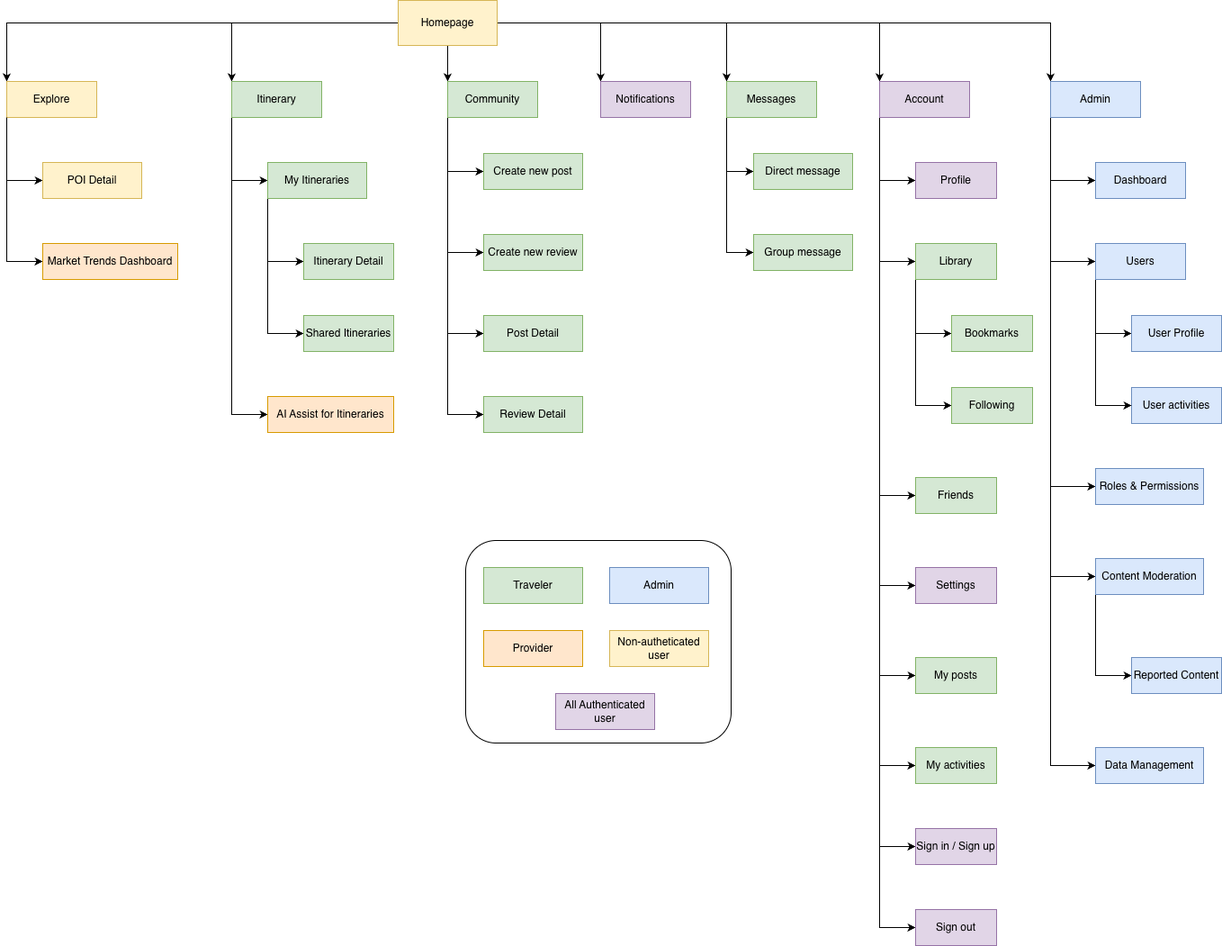
Above: Images/7. System Design/Sitemap.png in TravelEZ-2025-2026/DACN-Report-LaTex (draw.io), before the change. Source tidied: cells renumbered, new cells last; positions are measured from the earlier drawing's top-left corner, leaving out a move shared by most shapes.
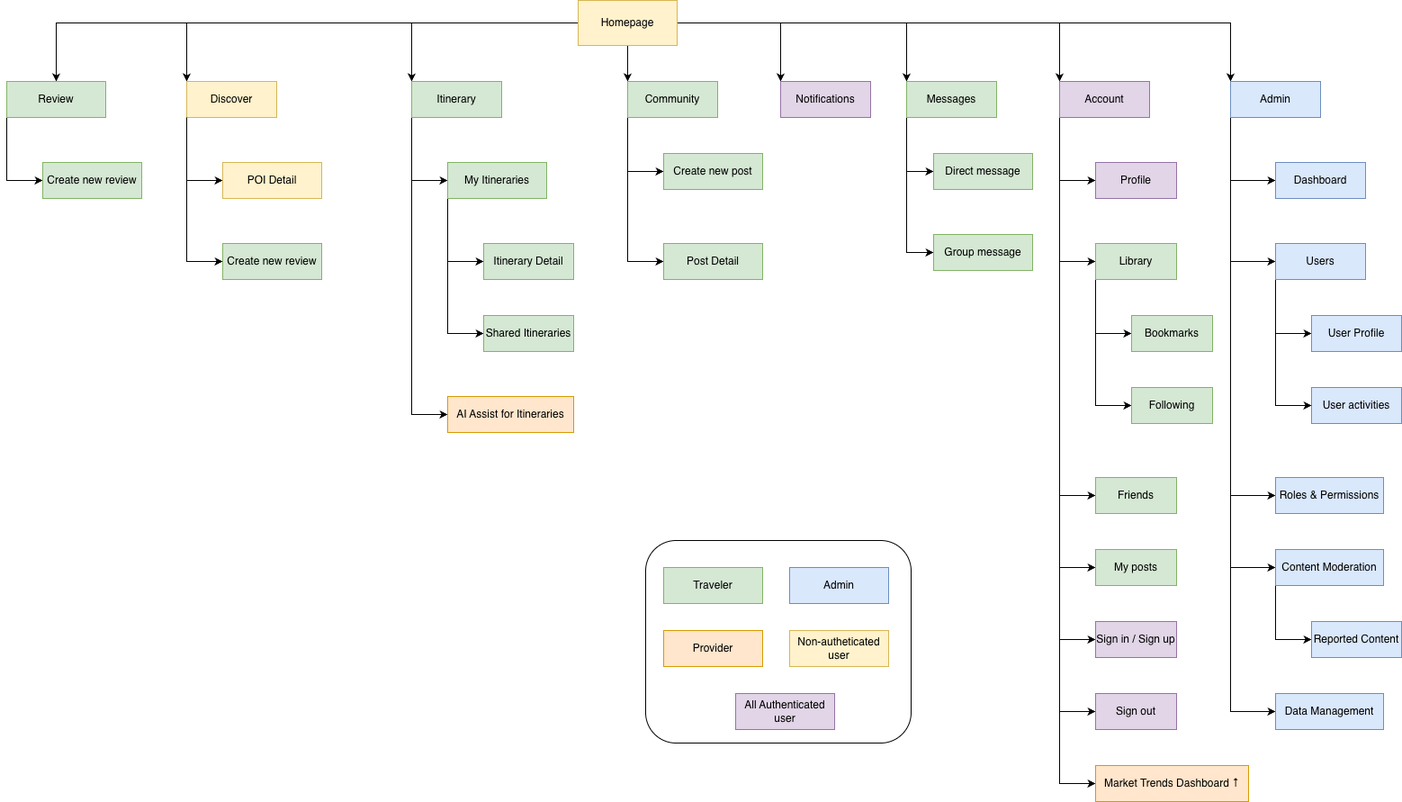
The same diagram one commit later.

The edit, as a diff of the source:
```diff
@@ -27,13 +27,20 @@
     <mxCell id="8" style="edgeStyle=orthogonalEdgeStyle;rounded=0;jettySize=auto;html=1;entryX=0;entryY=0;entryDx=0;entryDy=0;" parent="1" edge="1" source="9" target="58">
       <mxGeometry relative="1" as="geometry" />
     </mxCell>
+    <mxCell id="83" style="edgeStyle=orthogonalEdgeStyle;rounded=0;jettySize=auto;html=1;entryX=0.5;entryY=0;entryDx=0;entryDy=0;" parent="1" edge="1" source="9" target="89">
+      <mxGeometry relative="1" as="geometry" />
+    </mxCell>
     <mxCell id="9" value="Homepage" style="html=1;whiteSpace=wrap;fillColor=#fff2cc;strokeColor=#d6b656;" parent="1" vertex="1">
       <mxGeometry x="435" width="110" height="50" as="geometry" />
     </mxCell>
-    <mxCell id="10" style="edgeStyle=orthogonalEdgeStyle;rounded=0;jettySize=auto;html=1;entryX=0;entryY=0.5;entryDx=0;entryDy=0;exitX=0;exitY=1;exitDx=0;exitDy=0;" parent="1" edge="1" source="11" target="13">
-      <mxGeometry relative="1" as="geometry" />
-    </mxCell>
+    <mxCell id="84" style="edgeStyle=orthogonalEdgeStyle;rounded=0;jettySize=auto;html=1;entryX=0;entryY=0.5;entryDx=0;entryDy=0;" parent="1" edge="1" source="11" target="87">
+      <mxGeometry relative="1" as="geometry">
+        <Array as="points">
+          <mxPoint y="290" />
+        </Array>
+      </mxGeometry>
+    </mxCell>
-    <mxCell id="11" value="Explore" style="html=1;whiteSpace=wrap;fillColor=#fff2cc;strokeColor=#d6b656;" parent="1" vertex="1">
+    <mxCell id="11" value="Discover" style="html=1;whiteSpace=wrap;fillColor=#fff2cc;strokeColor=#d6b656;" parent="1" vertex="1">
       <mxGeometry y="90" width="100" height="40" as="geometry" />
     </mxCell>
     <mxCell id="12" style="edgeStyle=orthogonalEdgeStyle;rounded=0;jettySize=auto;html=1;entryX=0;entryY=0.5;entryDx=0;entryDy=0;exitX=0;exitY=1;exitDx=0;exitDy=0;" parent="1" edge="1" source="11" target="29">
@@ -43,9 +50,6 @@
         </Array>
       </mxGeometry>
     </mxCell>
-    <mxCell id="13" value="Market Trends Dashboard" style="html=1;whiteSpace=wrap;fillColor=#ffe6cc;strokeColor=#d79b00;" parent="1" vertex="1">
-      <mxGeometry x="40" y="270" width="150" height="40" as="geometry" />
-    </mxCell>
     <mxCell id="14" style="edgeStyle=orthogonalEdgeStyle;rounded=0;jettySize=auto;html=1;entryX=0;entryY=0.5;entryDx=0;entryDy=0;fillColor=#d5e8d4;strokeColor=#000000;" parent="1" edge="1" target="19">
       <mxGeometry relative="1" as="geometry">
         <mxPoint x="250" y="130" as="sourcePoint" />
@@ -78,36 +82,19 @@
     <mxCell id="22" style="edgeStyle=orthogonalEdgeStyle;rounded=0;jettySize=auto;html=1;entryX=0;entryY=0.5;entryDx=0;entryDy=0;" parent="1" edge="1" source="26" target="27">
       <mxGeometry relative="1" as="geometry">
         <Array as="points">
-          <mxPoint x="490" y="370" />
+          <mxPoint x="490" y="290" />
         </Array>
       </mxGeometry>
     </mxCell>
     <mxCell id="23" style="edgeStyle=orthogonalEdgeStyle;rounded=0;jettySize=auto;html=1;entryX=0;entryY=0.5;entryDx=0;entryDy=0;exitX=0;exitY=1;exitDx=0;exitDy=0;" parent="1" edge="1" source="26" target="65">
       <mxGeometry relative="1" as="geometry" />
     </mxCell>
-    <mxCell id="24" style="edgeStyle=orthogonalEdgeStyle;rounded=0;jettySize=auto;html=1;entryX=0;entryY=0.5;entryDx=0;entryDy=0;" parent="1" edge="1" source="26" target="66">
-      <mxGeometry relative="1" as="geometry">
-        <Array as="points">
-          <mxPoint x="490" y="280" />
-        </Array>
-      </mxGeometry>
-    </mxCell>
-    <mxCell id="25" style="edgeStyle=orthogonalEdgeStyle;rounded=0;jettySize=auto;html=1;entryX=0;entryY=0.5;entryDx=0;entryDy=0;" parent="1" edge="1" source="26" target="28">
-      <mxGeometry relative="1" as="geometry">
-        <Array as="points">
-          <mxPoint x="490" y="460" />
-        </Array>
-      </mxGeometry>
-    </mxCell>
     <mxCell id="26" value="Community" style="html=1;whiteSpace=wrap;fillColor=#d5e8d4;strokeColor=#82b366;" parent="1" vertex="1">
       <mxGeometry x="490" y="90" width="100" height="40" as="geometry" />
     </mxCell>
     <mxCell id="27" value="Post Detail" style="html=1;whiteSpace=wrap;fillColor=#d5e8d4;strokeColor=#82b366;" parent="1" vertex="1">
-      <mxGeometry x="530" y="350" width="110" height="40" as="geometry" />
+      <mxGeometry x="530" y="270" width="110" height="40" as="geometry" />
     </mxCell>
-    <mxCell id="28" value="Review Detail" style="html=1;whiteSpace=wrap;fillColor=#d5e8d4;strokeColor=#82b366;" parent="1" vertex="1">
-      <mxGeometry x="530" y="440" width="110" height="40" as="geometry" />
-    </mxCell>
     <mxCell id="29" value="POI Detail" style="html=1;whiteSpace=wrap;fillColor=#fff2cc;strokeColor=#d6b656;" parent="1" vertex="1">
       <mxGeometry x="40" y="180" width="110" height="40" as="geometry" />
     </mxCell>
@@ -125,17 +112,10 @@
         </Array>
       </mxGeometry>
     </mxCell>
-    <mxCell id="32" style="edgeStyle=orthogonalEdgeStyle;rounded=0;jettySize=auto;html=1;entryX=0;entryY=0.5;entryDx=0;entryDy=0;" parent="1" edge="1" source="38" target="45">
-      <mxGeometry relative="1" as="geometry">
-        <Array as="points">
-          <mxPoint x="970" y="650" />
-        </Array>
-      </mxGeometry>
-    </mxCell>
     <mxCell id="33" style="edgeStyle=orthogonalEdgeStyle;rounded=0;jettySize=auto;html=1;entryX=0;entryY=0.5;entryDx=0;entryDy=0;" parent="1" edge="1" source="38" target="67">
       <mxGeometry relative="1" as="geometry">
         <Array as="points">
-          <mxPoint x="970" y="750" />
+          <mxPoint x="970" y="630" />
         </Array>
       </mxGeometry>
     </mxCell>
@@ -146,27 +126,27 @@
         </Array>
       </mxGeometry>
     </mxCell>
-    <mxCell id="35" style="edgeStyle=orthogonalEdgeStyle;rounded=0;jettySize=auto;html=1;entryX=0;entryY=0.5;entryDx=0;entryDy=0;" parent="1" edge="1" source="38" target="69">
-      <mxGeometry relative="1" as="geometry">
-        <Array as="points">
-          <mxPoint x="970" y="850" />
-        </Array>
-      </mxGeometry>
-    </mxCell>
     <mxCell id="36" style="edgeStyle=orthogonalEdgeStyle;rounded=0;jettySize=auto;html=1;entryX=0;entryY=0.5;entryDx=0;entryDy=0;" parent="1" edge="1" source="38" target="80">
       <mxGeometry relative="1" as="geometry">
         <Array as="points">
-          <mxPoint x="970" y="940" />
+          <mxPoint x="970" y="710" />
         </Array>
       </mxGeometry>
     </mxCell>
     <mxCell id="37" style="edgeStyle=orthogonalEdgeStyle;rounded=0;jettySize=auto;html=1;entryX=0;entryY=0.5;entryDx=0;entryDy=0;" parent="1" edge="1" source="38" target="81">
       <mxGeometry relative="1" as="geometry">
         <Array as="points">
-          <mxPoint x="970" y="1030" />
+          <mxPoint x="970" y="790" />
         </Array>
       </mxGeometry>
     </mxCell>
+    <mxCell id="85" style="edgeStyle=orthogonalEdgeStyle;rounded=0;jettySize=auto;html=1;entryX=0;entryY=0.5;entryDx=0;entryDy=0;" parent="1" edge="1" source="38" target="86">
+      <mxGeometry relative="1" as="geometry">
+        <Array as="points">
+          <mxPoint x="970" y="870" />
+        </Array>
+      </mxGeometry>
+    </mxCell>
     <mxCell id="38" value="Account" style="html=1;whiteSpace=wrap;fillColor=#e1d5e7;strokeColor=#9673a6;" parent="1" vertex="1">
       <mxGeometry x="970" y="90" width="100" height="40" as="geometry" />
     </mxCell>
@@ -196,9 +176,6 @@
     <mxCell id="44" value="Following" style="html=1;whiteSpace=wrap;fillColor=#d5e8d4;strokeColor=#82b366;" parent="1" vertex="1">
       <mxGeometry x="1050" y="430" width="90" height="40" as="geometry" />
     </mxCell>
-    <mxCell id="45" value="Settings" style="html=1;whiteSpace=wrap;fillColor=#e1d5e7;strokeColor=#9673a6;" parent="1" vertex="1">
-      <mxGeometry x="1010" y="630" width="90" height="40" as="geometry" />
-    </mxCell>
     <mxCell id="46" style="edgeStyle=orthogonalEdgeStyle;rounded=0;jettySize=auto;html=1;entryX=0;entryY=0.5;entryDx=0;entryDy=0;exitX=0;exitY=1;exitDx=0;exitDy=0;" parent="1" edge="1" source="48" target="49">
       <mxGeometry relative="1" as="geometry">
         <Array as="points">
@@ -237,7 +214,7 @@
     <mxCell id="55" style="edgeStyle=orthogonalEdgeStyle;rounded=0;jettySize=auto;html=1;entryX=0;entryY=0.5;entryDx=0;entryDy=0;exitX=0;exitY=1;exitDx=0;exitDy=0;" parent="1" edge="1" source="58" target="70">
       <mxGeometry relative="1" as="geometry">
         <Array as="points">
-          <mxPoint x="1160" y="540" />
+          <mxPoint x="1160" y="550" />
         </Array>
       </mxGeometry>
     </mxCell>
@@ -245,14 +222,14 @@
       <mxGeometry relative="1" as="geometry">
         <mxPoint x="1160" y="50" as="sourcePoint" />
         <Array as="points">
-          <mxPoint x="1160" y="640" />
+          <mxPoint x="1160" y="630" />
         </Array>
       </mxGeometry>
     </mxCell>
     <mxCell id="57" style="edgeStyle=orthogonalEdgeStyle;rounded=0;jettySize=auto;html=1;entryX=0;entryY=0.5;entryDx=0;entryDy=0;" parent="1" edge="1" source="58" target="74">
       <mxGeometry relative="1" as="geometry">
         <Array as="points">
-          <mxPoint x="1160" y="850" />
+          <mxPoint x="1160" y="790" />
         </Array>
       </mxGeometry>
     </mxCell>
@@ -284,36 +261,31 @@
     <mxCell id="65" value="Create new post" style="html=1;whiteSpace=wrap;fillColor=#d5e8d4;strokeColor=#82b366;" parent="1" vertex="1">
       <mxGeometry x="530" y="170" width="110" height="40" as="geometry" />
     </mxCell>
-    <mxCell id="66" value="Create new review" style="html=1;whiteSpace=wrap;fillColor=#d5e8d4;strokeColor=#82b366;" parent="1" vertex="1">
-      <mxGeometry x="530" y="260" width="110" height="40" as="geometry" />
-    </mxCell>
     <mxCell id="67" value="My posts" style="html=1;whiteSpace=wrap;fillColor=#d5e8d4;strokeColor=#82b366;" parent="1" vertex="1">
-      <mxGeometry x="1010" y="730" width="90" height="40" as="geometry" />
+      <mxGeometry x="1010" y="610" width="90" height="40" as="geometry" />
     </mxCell>
     <mxCell id="68" value="Friends" style="html=1;whiteSpace=wrap;fillColor=#d5e8d4;strokeColor=#82b366;" parent="1" vertex="1">
       <mxGeometry x="1010" y="530" width="90" height="40" as="geometry" />
     </mxCell>
-    <mxCell id="69" value="My activities" style="html=1;whiteSpace=wrap;fillColor=#d5e8d4;strokeColor=#82b366;" parent="1" vertex="1">
-      <mxGeometry x="1010" y="830" width="90" height="40" as="geometry" />
-    </mxCell>
     <mxCell id="70" value="Roles &amp;amp; Permissions" style="html=1;whiteSpace=wrap;fillColor=#dae8fc;strokeColor=#6c8ebf;" parent="1" vertex="1">
-      <mxGeometry x="1210" y="520" width="120" height="40" as="geometry" />
+      <mxGeometry x="1210" y="530" width="120" height="40" as="geometry" />
     </mxCell>
     <mxCell id="71" style="edgeStyle=orthogonalEdgeStyle;rounded=0;jettySize=auto;html=1;entryX=0;entryY=0.5;entryDx=0;entryDy=0;" parent="1" edge="1" source="72" target="73">
       <mxGeometry relative="1" as="geometry">
         <Array as="points">
-          <mxPoint x="1210" y="750" />
+          <mxPoint x="1210" y="710" />
+          <mxPoint x="1250" y="710" />
         </Array>
       </mxGeometry>
     </mxCell>
     <mxCell id="72" value="Content Moderation" style="html=1;whiteSpace=wrap;fillColor=#dae8fc;strokeColor=#6c8ebf;" parent="1" vertex="1">
-      <mxGeometry x="1210" y="620" width="120" height="40" as="geometry" />
+      <mxGeometry x="1210" y="610" width="120" height="40" as="geometry" />
     </mxCell>
     <mxCell id="73" value="Reported Content" style="html=1;whiteSpace=wrap;fillColor=#dae8fc;strokeColor=#6c8ebf;" parent="1" vertex="1">
-      <mxGeometry x="1250" y="730" width="100" height="40" as="geometry" />
+      <mxGeometry x="1250" y="690" width="100" height="40" as="geometry" />
     </mxCell>
     <mxCell id="74" value="Data Management" style="html=1;whiteSpace=wrap;fillColor=#dae8fc;strokeColor=#6c8ebf;" parent="1" vertex="1">
-      <mxGeometry x="1210" y="830" width="120" height="40" as="geometry" />
+      <mxGeometry x="1210" y="770" width="120" height="40" as="geometry" />
     </mxCell>
     <mxCell id="75" value="Traveler" style="html=1;whiteSpace=wrap;fillColor=#d5e8d4;strokeColor=#82b366;" parent="1" vertex="1">
       <mxGeometry x="530" y="630" width="110" height="40" as="geometry" />
@@ -331,13 +303,32 @@
       <mxGeometry x="510" y="600" width="295" height="225" as="geometry" />
     </mxCell>
     <mxCell id="80" value="Sign in / Sign up" style="html=1;whiteSpace=wrap;fillColor=#e1d5e7;strokeColor=#9673a6;" parent="1" vertex="1">
-      <mxGeometry x="1010" y="920" width="90" height="40" as="geometry" />
+      <mxGeometry x="1010" y="690" width="90" height="40" as="geometry" />
     </mxCell>
     <mxCell id="81" value="Sign out" style="html=1;whiteSpace=wrap;fillColor=#e1d5e7;strokeColor=#9673a6;" parent="1" vertex="1">
-      <mxGeometry x="1010" y="1010" width="90" height="40" as="geometry" />
+      <mxGeometry x="1010" y="770" width="90" height="40" as="geometry" />
     </mxCell>
     <mxCell id="82" value="All Authenticated user" style="html=1;whiteSpace=wrap;fillColor=#e1d5e7;strokeColor=#9673a6;" parent="1" vertex="1">
       <mxGeometry x="610" y="770" width="110" height="40" as="geometry" />
     </mxCell>
+    <mxCell id="86" value="Market Trends Dashboard&amp;nbsp;↑" style="html=1;whiteSpace=wrap;fillColor=#ffe6cc;strokeColor=#d79b00;" parent="1" vertex="1">
+      <mxGeometry x="1010" y="850" width="170" height="40" as="geometry" />
+    </mxCell>
+    <mxCell id="87" value="Create new review" style="html=1;whiteSpace=wrap;fillColor=#d5e8d4;strokeColor=#82b366;" parent="1" vertex="1">
+      <mxGeometry x="40" y="270" width="110" height="40" as="geometry" />
+    </mxCell>
+    <mxCell id="88" style="edgeStyle=orthogonalEdgeStyle;rounded=0;jettySize=auto;html=1;entryX=0;entryY=0.5;entryDx=0;entryDy=0;" parent="1" edge="1" source="89" target="90">
+      <mxGeometry relative="1" as="geometry">
+        <Array as="points">
+          <mxPoint x="-200" y="200" />
+        </Array>
+      </mxGeometry>
+    </mxCell>
+    <mxCell id="89" value="Review" style="html=1;whiteSpace=wrap;fillColor=#d5e8d4;strokeColor=#82b366;" parent="1" vertex="1">
+      <mxGeometry x="-200" y="90" width="110" height="40" as="geometry" />
+    </mxCell>
+    <mxCell id="90" value="Create new review" style="html=1;whiteSpace=wrap;fillColor=#d5e8d4;strokeColor=#82b366;" parent="1" vertex="1">
+      <mxGeometry x="-160" y="180" width="110" height="40" as="geometry" />
+    </mxCell>
   </root>
 </mxGraphModel>
```
